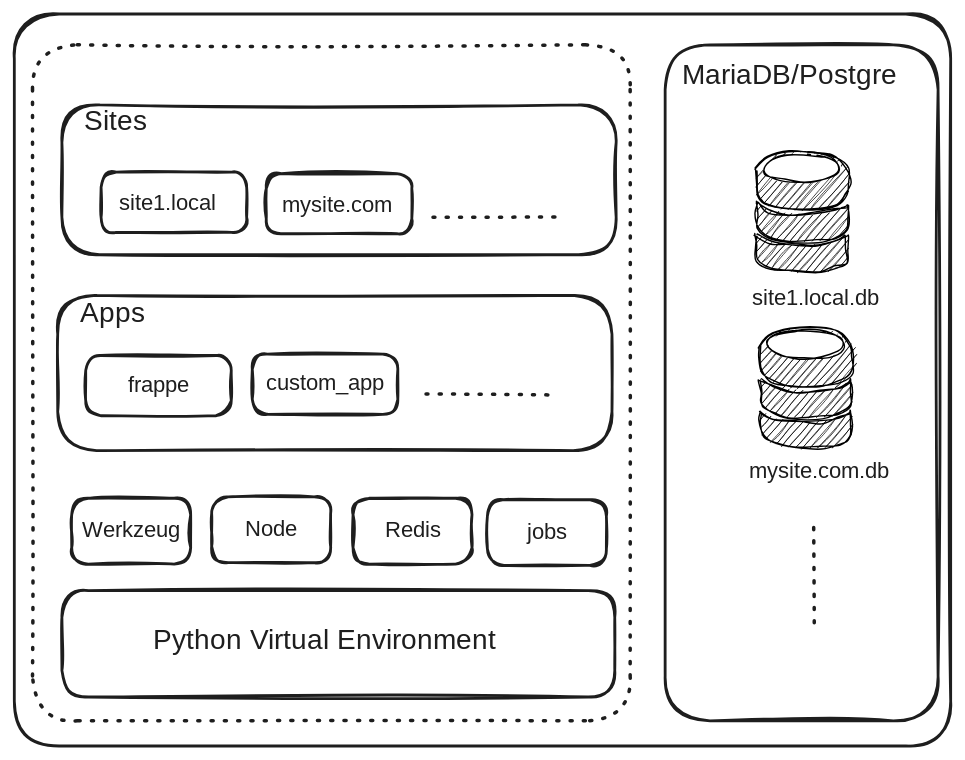
Above: architecture.excalidraw.svg in aristide/frappe-framework (Excalidraw), before the change. Source tidied: one line per element, renumbered; positions are measured from the earlier drawing's top-left corner, leaving out a move shared by most shapes. Source of this version:
```json
{"id": 0, "type": "rectangle", "strokeColor": "#1e1e1e", "strokeWidth": 2, "roughness": 1, "round": true, "x": 0, "y": 0, "width": 669, "height": 523}
{"id": 1, "type": "rectangle", "strokeColor": "#1e1e1e", "strokeWidth": 2, "roughness": 1, "round": true, "x": 34, "y": 65, "width": 396, "height": 107}
{"id": 2, "type": "rectangle", "strokeColor": "#1e1e1e", "strokeWidth": 2, "roughness": 1, "round": true, "x": 31, "y": 201, "width": 396, "height": 111}
{"id": 3, "type": "text", "text": "Sites", "strokeColor": "#1e1e1e", "strokeWidth": 2, "roughness": 1, "fontSize": 20, "fontFamily": 1, "x": 50, "y": 65, "width": 50, "height": 25}
{"id": 4, "type": "text", "text": "MariaDB/Postgre", "strokeColor": "#1e1e1e", "strokeWidth": 2, "roughness": 1, "fontSize": 20, "fontFamily": 1, "x": 477, "y": 32, "width": 171, "height": 25}
{"id": 5, "type": "text", "text": "Apps", "strokeColor": "#1e1e1e", "strokeWidth": 2, "roughness": 1, "fontSize": 20, "fontFamily": 1, "x": 47, "y": 202, "width": 44, "height": 25}
{"id": 6, "type": "rectangle", "strokeColor": "#1e1e1e", "strokeWidth": 2, "roughness": 1, "round": true, "x": 465, "y": 22, "width": 195, "height": 483}
{"id": 7, "type": "rectangle", "strokeColor": "#1e1e1e", "strokeWidth": 2, "roughness": 1, "round": true, "x": 34, "y": 412, "width": 395, "height": 76}
{"id": 8, "type": "line", "strokeColor": "#000000", "backgroundColor": "#000000", "fillStyle": "hachure", "strokeWidth": 1, "roughness": 1, "round": true, "x": 530, "y": 112, "width": 66, "height": 42, "points": [[0, 0], [0, 9], [1, 18], [8, 25], [23, 28], [43, 28], [58, 25], [65, 19], [66, 9], [65, -1], [57, -10], [41, -14], [22, -13], [7, -8], [0, 0]]}
{"id": 9, "type": "ellipse", "strokeColor": "#000000", "backgroundColor": "#ffff", "fillStyle": "solid", "strokeWidth": 1, "roughness": 1, "x": 536, "y": 100, "width": 54, "height": 21}
{"id": 10, "type": "line", "strokeColor": "#000000", "backgroundColor": "#000000", "fillStyle": "hachure", "strokeWidth": 1, "roughness": 1, "round": true, "x": 530, "y": 135, "width": 65, "height": 27, "points": [[0, 0], [0, 8], [1, 18], [9, 24], [23, 27], [44, 27], [57, 24], [64, 19], [65, 10], [65, 1], [63, 2], [56, 6], [43, 8], [25, 8], [10, 5], [0, 0]]}
{"id": 11, "type": "line", "strokeColor": "#000000", "backgroundColor": "#000000", "fillStyle": "hachure", "strokeWidth": 1, "roughness": 1, "round": true, "x": 530, "y": 158, "width": 65, "height": 26, "points": [[0, 0], [0, 8], [1, 17], [9, 23], [23, 26], [44, 26], [57, 24], [64, 19], [65, 10], [65, 1], [63, 2], [56, 5], [43, 8], [25, 8], [10, 5], [0, 0]]}
{"id": 12, "type": "line", "strokeColor": "#000000", "backgroundColor": "#000000", "fillStyle": "hachure", "strokeWidth": 1, "roughness": 1, "round": true, "x": 533, "y": 238, "width": 66, "height": 42, "points": [[0, 0], [0, 9], [1, 18], [8, 25], [23, 28], [43, 28], [58, 25], [65, 19], [66, 9], [65, -1], [57, -10], [41, -14], [22, -13], [7, -8], [0, 0]]}
{"id": 13, "type": "ellipse", "strokeColor": "#000000", "backgroundColor": "#ffff", "fillStyle": "solid", "strokeWidth": 1, "roughness": 1, "x": 539, "y": 226, "width": 54, "height": 21}
{"id": 14, "type": "line", "strokeColor": "#000000", "backgroundColor": "#000000", "fillStyle": "hachure", "strokeWidth": 1, "roughness": 1, "round": true, "x": 533, "y": 261, "width": 65, "height": 27, "points": [[0, 0], [0, 8], [1, 18], [9, 24], [23, 27], [44, 27], [57, 24], [64, 19], [65, 10], [65, 1], [63, 2], [56, 6], [43, 8], [25, 8], [10, 5], [0, 0]]}
{"id": 15, "type": "line", "strokeColor": "#000000", "backgroundColor": "#000000", "fillStyle": "hachure", "strokeWidth": 1, "roughness": 1, "round": true, "x": 533, "y": 284, "width": 65, "height": 26, "points": [[0, 0], [0, 8], [1, 17], [9, 23], [23, 26], [44, 26], [57, 24], [64, 19], [65, 10], [65, 1], [63, 2], [56, 5], [43, 8], [25, 8], [10, 5], [0, 0]]}
{"id": 16, "type": "rectangle", "strokeColor": "#1e1e1e", "strokeWidth": 2, "roughness": 1, "round": true, "x": 62, "y": 113, "width": 104, "height": 43}
{"id": 17, "type": "rectangle", "strokeColor": "#1e1e1e", "strokeWidth": 2, "roughness": 1, "round": true, "x": 51, "y": 244, "width": 104, "height": 43}
{"id": 18, "type": "text", "text": "frappe", "strokeColor": "#1e1e1e", "strokeWidth": 2, "strokeStyle": "dotted", "roughness": 1, "fontSize": 16, "fontFamily": 1, "textAlign": "center", "verticalAlign": "middle", "inside": 17, "x": 78, "y": 256, "width": 50, "height": 20}
{"id": 19, "type": "rectangle", "strokeColor": "#1e1e1e", "strokeWidth": 2, "roughness": 1, "round": true, "x": 170, "y": 243, "width": 104, "height": 43}
{"id": 20, "type": "text", "text": "custom_app", "strokeColor": "#1e1e1e", "strokeWidth": 2, "strokeStyle": "dotted", "roughness": 1, "fontSize": 16, "fontFamily": 1, "textAlign": "center", "verticalAlign": "middle", "inside": 19, "x": 175, "y": 254, "width": 94, "height": 20}
{"id": 21, "type": "rectangle", "strokeColor": "#1e1e1e", "strokeWidth": 2, "roughness": 1, "round": true, "x": 180, "y": 114, "width": 104, "height": 43}
{"id": 22, "type": "text", "text": "site1.local", "strokeColor": "#1e1e1e", "strokeWidth": 2, "roughness": 1, "fontSize": 16, "fontFamily": 1, "x": 75, "y": 126, "width": 75, "height": 20}
{"id": 23, "type": "text", "text": "site1.local.db", "strokeColor": "#1e1e1e", "strokeWidth": 2, "roughness": 1, "fontSize": 16, "fontFamily": 1, "x": 527, "y": 194, "width": 96, "height": 20}
{"id": 24, "type": "text", "text": "mysite.com", "strokeColor": "#1e1e1e", "strokeWidth": 2, "roughness": 1, "fontSize": 16, "fontFamily": 1, "x": 191, "y": 128, "width": 79, "height": 20}
{"id": 25, "type": "text", "text": "mysite.com.db", "strokeColor": "#1e1e1e", "strokeWidth": 2, "roughness": 1, "fontSize": 16, "fontFamily": 1, "x": 525, "y": 318, "width": 101, "height": 20}
{"id": 26, "type": "line", "strokeColor": "#1e1e1e", "strokeWidth": 2, "strokeStyle": "dotted", "roughness": 1, "round": true, "x": 300, "y": 144, "width": 91, "height": 0, "points": [[0, 0], [91, 0]]}
{"id": 27, "type": "line", "strokeColor": "#1e1e1e", "strokeWidth": 2, "strokeStyle": "dotted", "roughness": 1, "round": true, "x": 571, "y": 434, "width": 1, "height": 67, "points": [[0, 0], [1, -67]]}
{"id": 28, "type": "line", "strokeColor": "#1e1e1e", "strokeWidth": 2, "strokeStyle": "dotted", "roughness": 1, "round": true, "x": 294, "y": 272, "width": 91, "height": 0, "points": [[0, 0], [91, 0]]}
{"id": 29, "type": "rectangle", "strokeColor": "#1e1e1e", "strokeWidth": 2, "roughness": 1, "round": true, "x": 141, "y": 345, "width": 85, "height": 47}
{"id": 30, "type": "text", "text": "Node", "strokeColor": "#1e1e1e", "strokeWidth": 2, "roughness": 1, "fontSize": 16, "fontFamily": 1, "textAlign": "center", "verticalAlign": "middle", "inside": 29, "x": 165, "y": 358, "width": 37, "height": 20}
{"id": 31, "type": "rectangle", "strokeColor": "#1e1e1e", "strokeWidth": 2, "roughness": 1, "round": true, "x": 41, "y": 346, "width": 85, "height": 47}
{"id": 32, "type": "text", "text": "Werkzeug", "strokeColor": "#1e1e1e", "strokeWidth": 2, "roughness": 1, "fontSize": 16, "fontFamily": 1, "textAlign": "center", "verticalAlign": "middle", "inside": 31, "x": 48, "y": 360, "width": 70, "height": 20}
{"id": 33, "type": "rectangle", "strokeColor": "#1e1e1e", "strokeWidth": 2, "roughness": 1, "round": true, "x": 242, "y": 346, "width": 85, "height": 47}
{"id": 34, "type": "text", "text": "Redis", "strokeColor": "#1e1e1e", "strokeWidth": 2, "roughness": 1, "fontSize": 16, "fontFamily": 1, "textAlign": "center", "verticalAlign": "middle", "inside": 33, "x": 264, "y": 360, "width": 41, "height": 20}
{"id": 35, "type": "rectangle", "strokeColor": "#1e1e1e", "strokeWidth": 2, "roughness": 1, "round": true, "x": 338, "y": 347, "width": 85, "height": 47}
{"id": 36, "type": "text", "text": "jobs", "strokeColor": "#1e1e1e", "strokeWidth": 2, "roughness": 1, "fontSize": 16, "fontFamily": 1, "textAlign": "center", "verticalAlign": "middle", "inside": 35, "x": 365, "y": 360, "width": 31, "height": 20}
{"id": 37, "type": "text", "text": "Python Virtual Environment ", "strokeColor": "#1e1e1e", "strokeWidth": 2, "roughness": 1, "fontSize": 20, "fontFamily": 1, "x": 99, "y": 436, "width": 270, "height": 25}
{"id": 38, "type": "rectangle", "strokeColor": "#1e1e1e", "strokeWidth": 2, "strokeStyle": "dotted", "roughness": 1, "round": true, "x": 13, "y": 22, "width": 427, "height": 483}
```
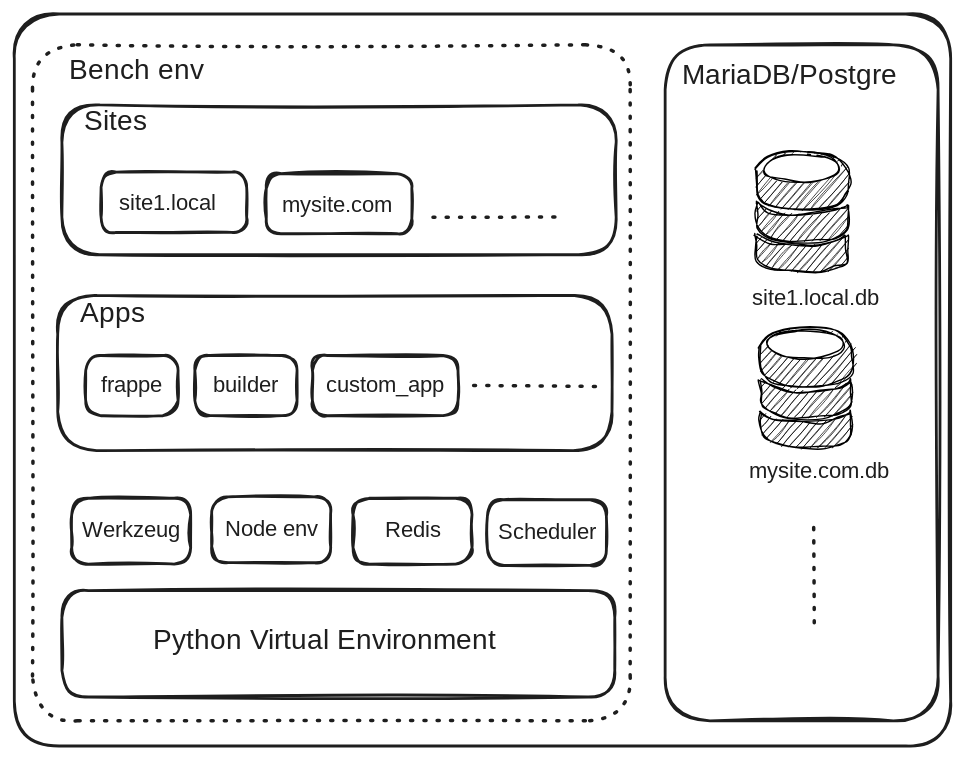
Later version of the same file.

Change to the diagram source:
```diff
@@ -15,10 +15,12 @@
 {"id": 14, "type": "line", "strokeColor": "#000000", "backgroundColor": "#000000", "fillStyle": "hachure", "strokeWidth": 1, "roughness": 1, "round": true, "x": 533, "y": 261, "width": 65, "height": 27, "points": [[0, 0], [0, 8], [1, 18], [9, 24], [23, 27], [44, 27], [57, 24], [64, 19], [65, 10], [65, 1], [63, 2], [56, 6], [43, 8], [25, 8], [10, 5], [0, 0]]}
 {"id": 15, "type": "line", "strokeColor": "#000000", "backgroundColor": "#000000", "fillStyle": "hachure", "strokeWidth": 1, "roughness": 1, "round": true, "x": 533, "y": 284, "width": 65, "height": 26, "points": [[0, 0], [0, 8], [1, 17], [9, 23], [23, 26], [44, 26], [57, 24], [64, 19], [65, 10], [65, 1], [63, 2], [56, 5], [43, 8], [25, 8], [10, 5], [0, 0]]}
 {"id": 16, "type": "rectangle", "strokeColor": "#1e1e1e", "strokeWidth": 2, "roughness": 1, "round": true, "x": 62, "y": 113, "width": 104, "height": 43}
-{"id": 17, "type": "rectangle", "strokeColor": "#1e1e1e", "strokeWidth": 2, "roughness": 1, "round": true, "x": 51, "y": 244, "width": 104, "height": 43}
+{"id": 17, "type": "rectangle", "strokeColor": "#1e1e1e", "strokeWidth": 2, "roughness": 1, "round": true, "x": 51, "y": 244, "width": 66, "height": 43}
-{"id": 18, "type": "text", "text": "frappe", "strokeColor": "#1e1e1e", "strokeWidth": 2, "strokeStyle": "dotted", "roughness": 1, "fontSize": 16, "fontFamily": 1, "textAlign": "center", "verticalAlign": "middle", "inside": 17, "x": 78, "y": 256, "width": 50, "height": 20}
+{"id": 18, "type": "text", "text": "frappe", "strokeColor": "#1e1e1e", "strokeWidth": 2, "strokeStyle": "dotted", "roughness": 1, "fontSize": 16, "fontFamily": 1, "textAlign": "center", "verticalAlign": "middle", "inside": 17, "x": 59, "y": 256, "width": 50, "height": 20}
-{"id": 19, "type": "rectangle", "strokeColor": "#1e1e1e", "strokeWidth": 2, "roughness": 1, "round": true, "x": 170, "y": 243, "width": 104, "height": 43}
+{"id": 19, "type": "rectangle", "strokeColor": "#1e1e1e", "strokeWidth": 2, "roughness": 1, "round": true, "x": 129, "y": 244, "width": 73, "height": 43}
-{"id": 20, "type": "text", "text": "custom_app", "strokeColor": "#1e1e1e", "strokeWidth": 2, "strokeStyle": "dotted", "roughness": 1, "fontSize": 16, "fontFamily": 1, "textAlign": "center", "verticalAlign": "middle", "inside": 19, "x": 175, "y": 254, "width": 94, "height": 20}
+{"id": 20, "type": "text", "text": "builder", "strokeColor": "#1e1e1e", "strokeWidth": 2, "strokeStyle": "dotted", "roughness": 1, "fontSize": 16, "fontFamily": 1, "textAlign": "center", "verticalAlign": "middle", "inside": 19, "x": 141, "y": 256, "width": 50, "height": 20}
+{"id": 39, "type": "rectangle", "strokeColor": "#1e1e1e", "strokeWidth": 2, "roughness": 1, "round": true, "x": 213, "y": 244, "width": 104, "height": 43}
+{"id": 40, "type": "text", "text": "custom_app", "strokeColor": "#1e1e1e", "strokeWidth": 2, "strokeStyle": "dotted", "roughness": 1, "fontSize": 16, "fontFamily": 1, "textAlign": "center", "verticalAlign": "middle", "inside": 39, "x": 218, "y": 256, "width": 94, "height": 20}
 {"id": 21, "type": "rectangle", "strokeColor": "#1e1e1e", "strokeWidth": 2, "roughness": 1, "round": true, "x": 180, "y": 114, "width": 104, "height": 43}
 {"id": 22, "type": "text", "text": "site1.local", "strokeColor": "#1e1e1e", "strokeWidth": 2, "roughness": 1, "fontSize": 16, "fontFamily": 1, "x": 75, "y": 126, "width": 75, "height": 20}
 {"id": 23, "type": "text", "text": "site1.local.db", "strokeColor": "#1e1e1e", "strokeWidth": 2, "roughness": 1, "fontSize": 16, "fontFamily": 1, "x": 527, "y": 194, "width": 96, "height": 20}
@@ -26,14 +28,15 @@
 {"id": 25, "type": "text", "text": "mysite.com.db", "strokeColor": "#1e1e1e", "strokeWidth": 2, "roughness": 1, "fontSize": 16, "fontFamily": 1, "x": 525, "y": 318, "width": 101, "height": 20}
 {"id": 26, "type": "line", "strokeColor": "#1e1e1e", "strokeWidth": 2, "strokeStyle": "dotted", "roughness": 1, "round": true, "x": 300, "y": 144, "width": 91, "height": 0, "points": [[0, 0], [91, 0]]}
 {"id": 27, "type": "line", "strokeColor": "#1e1e1e", "strokeWidth": 2, "strokeStyle": "dotted", "roughness": 1, "round": true, "x": 571, "y": 434, "width": 1, "height": 67, "points": [[0, 0], [1, -67]]}
-{"id": 28, "type": "line", "strokeColor": "#1e1e1e", "strokeWidth": 2, "strokeStyle": "dotted", "roughness": 1, "round": true, "x": 294, "y": 272, "width": 91, "height": 0, "points": [[0, 0], [91, 0]]}
+{"id": 28, "type": "line", "strokeColor": "#1e1e1e", "strokeWidth": 2, "strokeStyle": "dotted", "roughness": 1, "round": true, "x": 328, "y": 266, "width": 91, "height": 0, "points": [[0, 0], [91, 0]]}
 {"id": 29, "type": "rectangle", "strokeColor": "#1e1e1e", "strokeWidth": 2, "roughness": 1, "round": true, "x": 141, "y": 345, "width": 85, "height": 47}
-{"id": 30, "type": "text", "text": "Node", "strokeColor": "#1e1e1e", "strokeWidth": 2, "roughness": 1, "fontSize": 16, "fontFamily": 1, "textAlign": "center", "verticalAlign": "middle", "inside": 29, "x": 165, "y": 358, "width": 37, "height": 20}
+{"id": 30, "type": "text", "text": "Node env", "strokeColor": "#1e1e1e", "strokeWidth": 2, "roughness": 1, "fontSize": 16, "fontFamily": 1, "textAlign": "center", "verticalAlign": "middle", "inside": 29, "x": 149, "y": 358, "width": 70, "height": 20}
 {"id": 31, "type": "rectangle", "strokeColor": "#1e1e1e", "strokeWidth": 2, "roughness": 1, "round": true, "x": 41, "y": 346, "width": 85, "height": 47}
 {"id": 32, "type": "text", "text": "Werkzeug", "strokeColor": "#1e1e1e", "strokeWidth": 2, "roughness": 1, "fontSize": 16, "fontFamily": 1, "textAlign": "center", "verticalAlign": "middle", "inside": 31, "x": 48, "y": 360, "width": 70, "height": 20}
 {"id": 33, "type": "rectangle", "strokeColor": "#1e1e1e", "strokeWidth": 2, "roughness": 1, "round": true, "x": 242, "y": 346, "width": 85, "height": 47}
 {"id": 34, "type": "text", "text": "Redis", "strokeColor": "#1e1e1e", "strokeWidth": 2, "roughness": 1, "fontSize": 16, "fontFamily": 1, "textAlign": "center", "verticalAlign": "middle", "inside": 33, "x": 264, "y": 360, "width": 41, "height": 20}
 {"id": 35, "type": "rectangle", "strokeColor": "#1e1e1e", "strokeWidth": 2, "roughness": 1, "round": true, "x": 338, "y": 347, "width": 85, "height": 47}
-{"id": 36, "type": "text", "text": "jobs", "strokeColor": "#1e1e1e", "strokeWidth": 2, "roughness": 1, "fontSize": 16, "fontFamily": 1, "textAlign": "center", "verticalAlign": "middle", "inside": 35, "x": 365, "y": 360, "width": 31, "height": 20}
+{"id": 36, "type": "text", "text": "Scheduler", "strokeColor": "#1e1e1e", "strokeWidth": 2, "roughness": 1, "fontSize": 16, "fontFamily": 1, "textAlign": "center", "verticalAlign": "middle", "inside": 35, "x": 344, "y": 360, "width": 72, "height": 20}
 {"id": 37, "type": "text", "text": "Python Virtual Environment ", "strokeColor": "#1e1e1e", "strokeWidth": 2, "roughness": 1, "fontSize": 20, "fontFamily": 1, "x": 99, "y": 436, "width": 270, "height": 25}
 {"id": 38, "type": "rectangle", "strokeColor": "#1e1e1e", "strokeWidth": 2, "strokeStyle": "dotted", "roughness": 1, "round": true, "x": 13, "y": 22, "width": 427, "height": 483}
+{"id": 41, "type": "text", "text": "Bench env", "strokeColor": "#1e1e1e", "strokeWidth": 2, "roughness": 1, "fontSize": 20, "fontFamily": 1, "x": 39, "y": 28, "width": 95, "height": 25}
```
